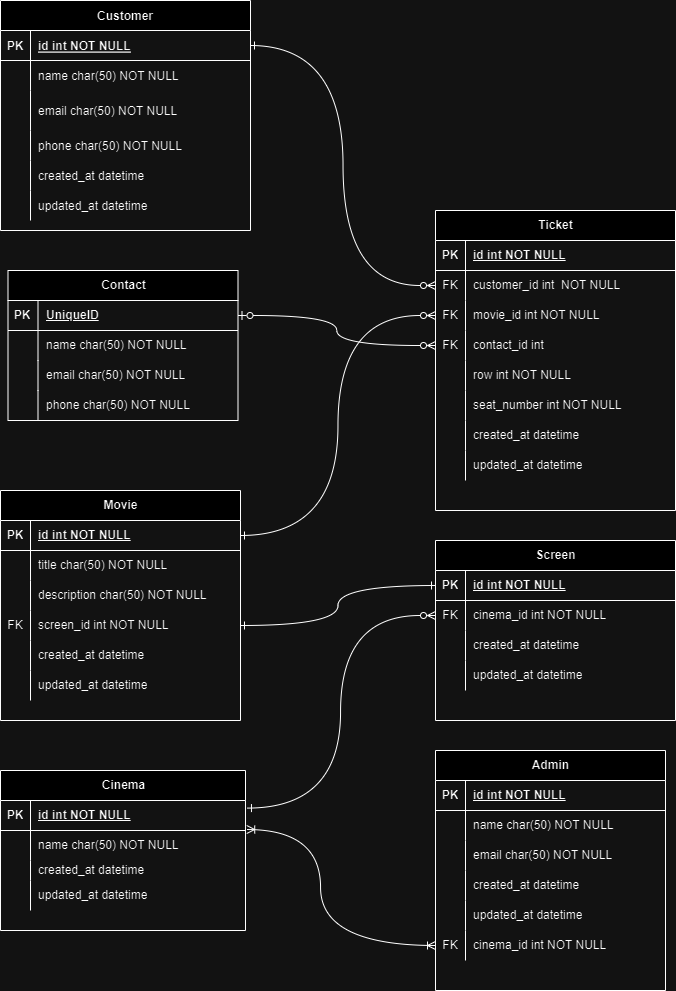
Earlier version of the draw.io export data-modelling-workshop.drawio.png (boolean-uk/database-design). Source tidied: cells renumbered, new cells last; positions are measured from the earlier drawing's top-left corner, leaving out a move shared by most shapes.
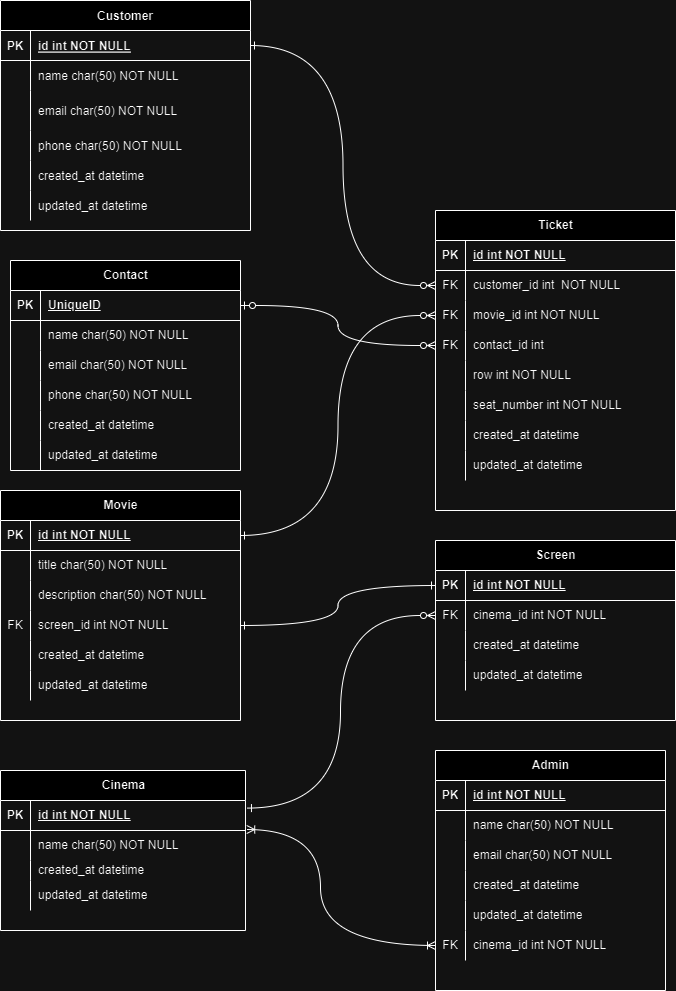
The same diagram one commit later.

Commit message:
Add created_at and updated_at to Contact table

The edit, as a diff of the source:
```diff
@@ -350,7 +350,7 @@
       </mxGeometry>
     </mxCell>
     <mxCell id="116" value="Contact" style="shape=table;startSize=30;rowLines=0;fontStyle=1;align=center;html=1;" parent="1" vertex="1">
-      <mxGeometry x="7.5" y="270" width="230" height="150" as="geometry" />
+      <mxGeometry x="10" y="260" width="230" height="210" as="geometry" />
     </mxCell>
     <mxCell id="117" style="shape=tableRow;horizontal=0;startSize=0;swimlaneHead=0;swimlaneBody=0;fillColor=none;points=[[0,0.5],[1,0.5]];portConstraint=eastwest;top=0;left=0;right=0;bottom=1;" parent="116" vertex="1">
       <mxGeometry y="30" width="230" height="30" as="geometry" />
@@ -388,6 +388,24 @@
     <mxCell id="128" value="phone char(50) NOT NULL" style="shape=partialRectangle;fillColor=none;top=0;left=0;bottom=0;right=0;align=left;spacingLeft=6;overflow=hidden;whiteSpace=wrap;html=1;" parent="126" vertex="1">
       <mxGeometry x="30" width="200" height="30" as="geometry" />
     </mxCell>
+    <mxCell id="130" style="shape=tableRow;horizontal=0;startSize=0;swimlaneHead=0;swimlaneBody=0;fillColor=none;top=0;left=0;right=0;bottom=0;" parent="116" vertex="1">
+      <mxGeometry y="150" width="230" height="30" as="geometry" />
+    </mxCell>
+    <mxCell id="131" style="shape=partialRectangle;fillColor=none;top=0;left=0;bottom=0;right=0;overflow=hidden;whiteSpace=wrap;html=1;" parent="130" vertex="1">
+      <mxGeometry width="30" height="30" as="geometry" />
+    </mxCell>
+    <mxCell id="132" value="created_at datetime" style="shape=partialRectangle;fillColor=none;top=0;left=0;bottom=0;right=0;align=left;spacingLeft=6;overflow=hidden;whiteSpace=wrap;html=1;" parent="130" vertex="1">
+      <mxGeometry x="30" width="200" height="30" as="geometry" />
+    </mxCell>
+    <mxCell id="133" style="shape=tableRow;horizontal=0;startSize=0;swimlaneHead=0;swimlaneBody=0;fillColor=none;top=0;left=0;right=0;bottom=0;" parent="116" vertex="1">
+      <mxGeometry y="180" width="230" height="30" as="geometry" />
+    </mxCell>
+    <mxCell id="134" style="shape=partialRectangle;fillColor=none;top=0;left=0;bottom=0;right=0;overflow=hidden;whiteSpace=wrap;html=1;" parent="133" vertex="1">
+      <mxGeometry width="30" height="30" as="geometry" />
+    </mxCell>
+    <mxCell id="135" value="updated_at datetime" style="shape=partialRectangle;fillColor=none;top=0;left=0;bottom=0;right=0;align=left;spacingLeft=6;overflow=hidden;whiteSpace=wrap;html=1;" parent="133" vertex="1">
+      <mxGeometry x="30" width="200" height="30" as="geometry" />
+    </mxCell>
     <mxCell id="129" style="edgeStyle=orthogonalEdgeStyle;rounded=0;jettySize=auto;html=1;entryX=0;entryY=0.5;entryDx=0;entryDy=0;curved=1;startArrow=ERzeroToOne;startFill=0;strokeColor=default;exitX=1;exitY=0.5;exitDx=0;exitDy=0;endArrow=ERzeroToMany;endFill=0;" parent="1" edge="1" source="117" target="31">
       <mxGeometry relative="1" as="geometry" />
     </mxCell>
```
